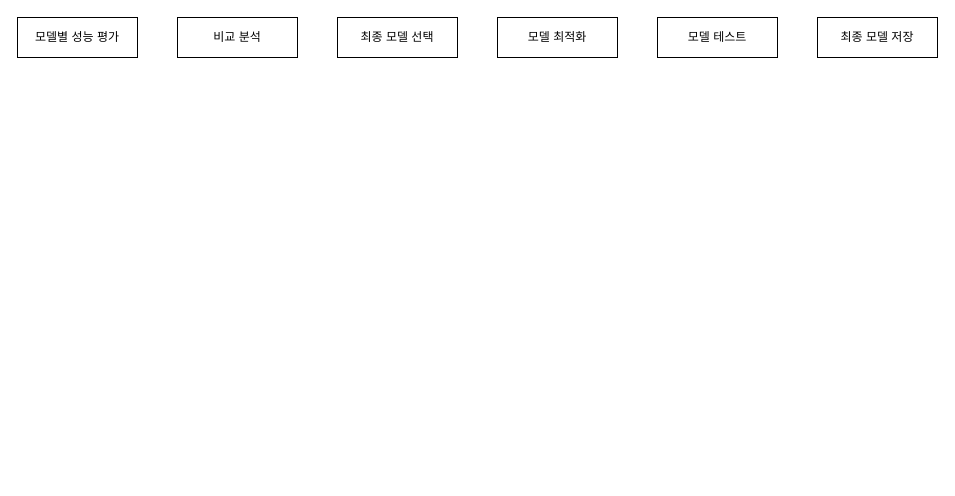
This is 제목 없는 다이어그램.drawio from hyun10144/Lecture4-1, a draw.io file, before an edit. Source tidied: cells renumbered, new cells numbered last; positions are measured from the earlier drawing's top-left corner, leaving out a move shared by most shapes. Both pictures are drawn from the tidied source at 100%, with x=0, y=0 at pixel (17, 17).
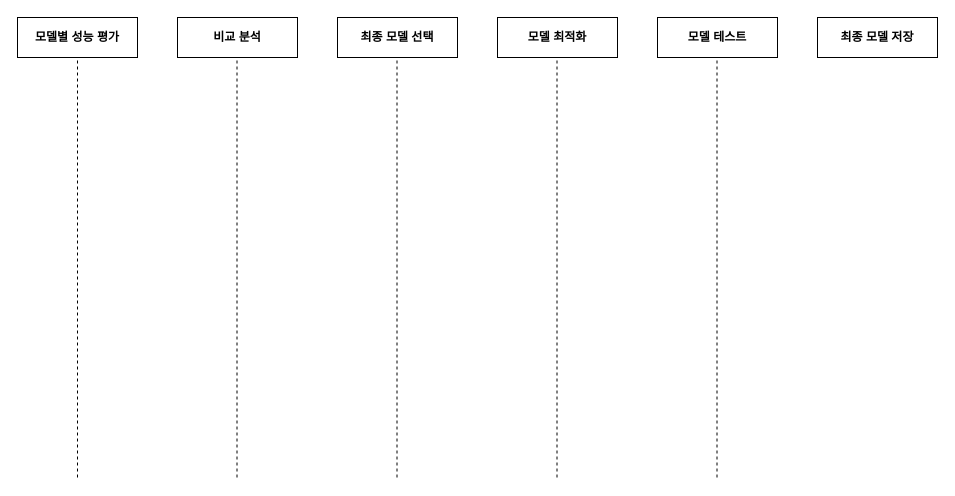
The same page after the edit.

Commit message (it also covers changes not shown here):
제목 없는 다이어그램.drawio 업데이트

The edit, as a diff of the source:
```diff
@@
 <mxGraphModel>
   <root>
     <mxCell id="0" />
     <mxCell id="1" parent="0" />
-    <mxCell id="2" value="모델별 성능 평가" style="rounded=0;whiteSpace=wrap;html=1;" parent="1" vertex="1">
+    <mxCell id="2" value="모델별 성능 평가" style="rounded=0;whiteSpace=wrap;html=1;strokeWidth=1;fontStyle=1;" parent="1" vertex="1">
       <mxGeometry width="120" height="40" as="geometry" />
     </mxCell>
-    <mxCell id="3" value="비교 분석" style="rounded=0;whiteSpace=wrap;html=1;" parent="1" vertex="1">
+    <mxCell id="3" value="비교 분석" style="rounded=0;whiteSpace=wrap;html=1;strokeWidth=1;fontStyle=1;" parent="1" vertex="1">
       <mxGeometry x="160" width="120" height="40" as="geometry" />
     </mxCell>
-    <mxCell id="4" value="최종 모델 선택" style="rounded=0;whiteSpace=wrap;html=1;" parent="1" vertex="1">
+    <mxCell id="4" value="최종 모델 선택" style="rounded=0;whiteSpace=wrap;html=1;strokeWidth=1;fontStyle=1;" parent="1" vertex="1">
       <mxGeometry x="320" width="120" height="40" as="geometry" />
     </mxCell>
-    <mxCell id="5" value="모델 최적화" style="rounded=0;whiteSpace=wrap;html=1;" parent="1" vertex="1">
+    <mxCell id="5" value="모델 최적화" style="rounded=0;whiteSpace=wrap;html=1;strokeWidth=1;fontStyle=1;" parent="1" vertex="1">
       <mxGeometry x="480" width="120" height="40" as="geometry" />
     </mxCell>
-    <mxCell id="6" value="모델 테스트" style="rounded=0;whiteSpace=wrap;html=1;" parent="1" vertex="1">
+    <mxCell id="6" value="모델 테스트" style="rounded=0;whiteSpace=wrap;html=1;strokeWidth=1;fontStyle=1;" parent="1" vertex="1">
       <mxGeometry x="640" width="120" height="40" as="geometry" />
     </mxCell>
-    <mxCell id="7" value="최종 모델 저장" style="rounded=0;whiteSpace=wrap;html=1;" parent="1" vertex="1">
+    <mxCell id="7" value="최종 모델 저장" style="rounded=0;whiteSpace=wrap;html=1;strokeWidth=1;fontStyle=1;" parent="1" vertex="1">
       <mxGeometry x="800" width="120" height="40" as="geometry" />
     </mxCell>
+    <mxCell id="8" style="endArrow=none;dashed=1;html=1;rounded=0;entryX=0.5;entryY=1;entryDx=0;entryDy=0;fontSize=11;" parent="1" edge="1" target="2">
+      <mxGeometry relative="1" as="geometry">
+        <mxPoint x="60" y="460" as="sourcePoint" />
+      </mxGeometry>
+    </mxCell>
+    <mxCell id="9" style="endArrow=none;dashed=1;html=1;rounded=0;entryX=0.5;entryY=1;entryDx=0;entryDy=0;fontSize=11;" parent="1" edge="1">
+      <mxGeometry relative="1" as="geometry">
+        <mxPoint x="219.5" y="460" as="sourcePoint" />
+        <mxPoint x="219.5" y="40" as="targetPoint" />
+      </mxGeometry>
+    </mxCell>
+    <mxCell id="10" style="endArrow=none;dashed=1;html=1;rounded=0;entryX=0.5;entryY=1;entryDx=0;entryDy=0;fontSize=11;" parent="1" edge="1">
+      <mxGeometry relative="1" as="geometry">
+        <mxPoint x="379.5" y="460" as="sourcePoint" />
+        <mxPoint x="379.5" y="40" as="targetPoint" />
+      </mxGeometry>
+    </mxCell>
+    <mxCell id="11" style="endArrow=none;dashed=1;html=1;rounded=0;entryX=0.5;entryY=1;entryDx=0;entryDy=0;fontSize=11;" parent="1" edge="1">
+      <mxGeometry relative="1" as="geometry">
+        <mxPoint x="539.5" y="460" as="sourcePoint" />
+        <mxPoint x="539.5" y="40" as="targetPoint" />
+      </mxGeometry>
+    </mxCell>
+    <mxCell id="12" style="endArrow=none;dashed=1;html=1;rounded=0;entryX=0.5;entryY=1;entryDx=0;entryDy=0;fontSize=11;" parent="1" edge="1">
+      <mxGeometry relative="1" as="geometry">
+        <mxPoint x="699.5" y="460" as="sourcePoint" />
+        <mxPoint x="699.5" y="40" as="targetPoint" />
+      </mxGeometry>
+    </mxCell>
   </root>
 </mxGraphModel>
```
